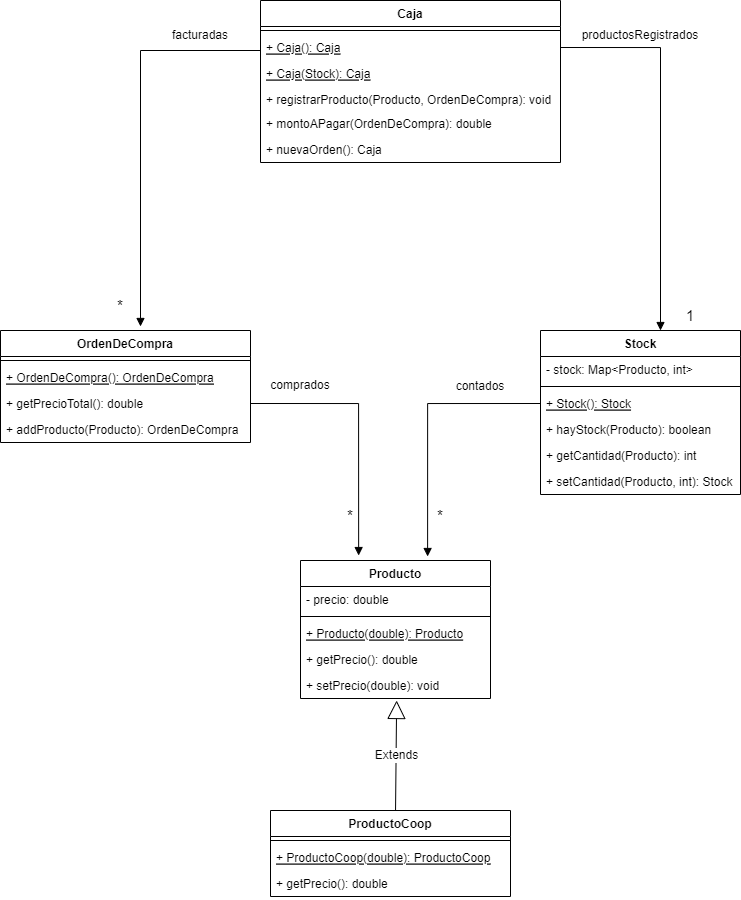
The draw.io diagram src/mercado1/UMLmercado1.png in ivanapr/unqui-po2-provvidenza-tp5, before a commit. Source tidied: cells renumbered, new cells last; positions are measured from the earlier drawing's top-left corner, leaving out a move shared by most shapes. Source of this version:
```xml
<mxGraphModel>
  <root>
    <mxCell id="0" />
    <mxCell id="1" parent="0" />
    <mxCell id="2" value="Producto&#10;" style="swimlane;fontStyle=1;align=center;verticalAlign=top;horizontal=1;startSize=26;" parent="1" vertex="1">
      <mxGeometry x="300" y="560" width="190" height="138" as="geometry" />
    </mxCell>
    <mxCell id="3" value="- precio: double" style="text;strokeColor=none;fillColor=none;align=left;verticalAlign=top;spacingLeft=4;spacingRight=4;overflow=hidden;" parent="2" vertex="1">
      <mxGeometry y="26" width="190" height="26" as="geometry" />
    </mxCell>
    <mxCell id="4" style="line;strokeWidth=1;fillColor=none;align=left;verticalAlign=middle;spacingTop=-1;spacingLeft=3;spacingRight=3;labelPosition=right;" parent="2" vertex="1">
      <mxGeometry y="52" width="190" height="8" as="geometry" />
    </mxCell>
    <mxCell id="5" value="+ Producto(double): Producto" style="text;strokeColor=none;fillColor=none;align=left;verticalAlign=top;spacingLeft=4;spacingRight=4;overflow=hidden;fontStyle=4;" parent="2" vertex="1">
      <mxGeometry y="60" width="190" height="26" as="geometry" />
    </mxCell>
    <mxCell id="6" value="+ getPrecio(): double" style="text;strokeColor=none;fillColor=none;align=left;verticalAlign=top;spacingLeft=4;spacingRight=4;overflow=hidden;" parent="2" vertex="1">
      <mxGeometry y="86" width="190" height="26" as="geometry" />
    </mxCell>
    <mxCell id="7" value="+ setPrecio(double): void" style="text;strokeColor=none;fillColor=none;align=left;verticalAlign=top;spacingLeft=4;spacingRight=4;overflow=hidden;points=[[0,0.5],[1,0.5]];portConstraint=eastwest;" parent="2" vertex="1">
      <mxGeometry y="112" width="190" height="26" as="geometry" />
    </mxCell>
    <mxCell id="8" value="ProductoCoop&#10;" style="swimlane;fontStyle=1;align=center;verticalAlign=top;horizontal=1;startSize=26;" parent="1" vertex="1">
      <mxGeometry x="270" y="810" width="240" height="86" as="geometry" />
    </mxCell>
    <mxCell id="9" style="line;strokeWidth=1;fillColor=none;align=left;verticalAlign=middle;spacingTop=-1;spacingLeft=3;spacingRight=3;labelPosition=right;" parent="8" vertex="1">
      <mxGeometry y="26" width="240" height="8" as="geometry" />
    </mxCell>
    <mxCell id="10" value="+ ProductoCoop(double): ProductoCoop" style="text;strokeColor=none;fillColor=none;align=left;verticalAlign=top;spacingLeft=4;spacingRight=4;overflow=hidden;fontStyle=4;" parent="8" vertex="1">
      <mxGeometry y="34" width="240" height="26" as="geometry" />
    </mxCell>
    <mxCell id="11" value="+ getPrecio(): double" style="text;strokeColor=none;fillColor=none;align=left;verticalAlign=top;spacingLeft=4;spacingRight=4;overflow=hidden;" parent="8" vertex="1">
      <mxGeometry y="60" width="240" height="26" as="geometry" />
    </mxCell>
    <mxCell id="12" value="Caja" style="swimlane;fontStyle=1;align=center;verticalAlign=top;horizontal=1;startSize=26;" parent="1" vertex="1">
      <mxGeometry x="260" width="300" height="162" as="geometry" />
    </mxCell>
    <mxCell id="13" style="line;strokeWidth=1;fillColor=none;align=left;verticalAlign=middle;spacingTop=-1;spacingLeft=3;spacingRight=3;labelPosition=right;" parent="12" vertex="1">
      <mxGeometry y="26" width="300" height="8" as="geometry" />
    </mxCell>
    <mxCell id="14" value="+ Caja(): Caja" style="text;strokeColor=none;fillColor=none;align=left;verticalAlign=top;spacingLeft=4;spacingRight=4;overflow=hidden;points=[[0,0.5],[1,0.5]];portConstraint=eastwest;fontStyle=4;" parent="12" vertex="1">
      <mxGeometry y="34" width="300" height="26" as="geometry" />
    </mxCell>
    <mxCell id="15" value="+ Caja(Stock): Caja" style="text;strokeColor=none;fillColor=none;align=left;verticalAlign=top;spacingLeft=4;spacingRight=4;overflow=hidden;fontSize=12;fontStyle=4;" parent="12" vertex="1">
      <mxGeometry y="60" width="300" height="26" as="geometry" />
    </mxCell>
    <mxCell id="16" value="+ registrarProducto(Producto, OrdenDeCompra): void" style="text;strokeColor=none;fillColor=none;align=left;verticalAlign=top;spacingLeft=4;spacingRight=4;overflow=hidden;fontSize=12;" parent="12" vertex="1">
      <mxGeometry y="86" width="300" height="24" as="geometry" />
    </mxCell>
    <mxCell id="17" value="+ montoAPagar(OrdenDeCompra): double" style="text;strokeColor=none;fillColor=none;align=left;verticalAlign=top;spacingLeft=4;spacingRight=4;overflow=hidden;fontSize=12;" parent="12" vertex="1">
      <mxGeometry y="110" width="300" height="26" as="geometry" />
    </mxCell>
    <mxCell id="18" value="+ nuevaOrden(): Caja" style="text;strokeColor=none;fillColor=none;align=left;verticalAlign=top;spacingLeft=4;spacingRight=4;overflow=hidden;fontSize=12;" parent="12" vertex="1">
      <mxGeometry y="136" width="300" height="26" as="geometry" />
    </mxCell>
    <mxCell id="19" value="OrdenDeCompra" style="swimlane;fontStyle=1;align=center;verticalAlign=top;horizontal=1;startSize=26;" parent="1" vertex="1">
      <mxGeometry y="330" width="250" height="112" as="geometry" />
    </mxCell>
    <mxCell id="20" style="line;strokeWidth=1;fillColor=none;align=left;verticalAlign=middle;spacingTop=-1;spacingLeft=3;spacingRight=3;labelPosition=right;" parent="19" vertex="1">
      <mxGeometry y="26" width="250" height="8" as="geometry" />
    </mxCell>
    <mxCell id="21" value="+ OrdenDeCompra(): OrdenDeCompra" style="text;strokeColor=none;fillColor=none;align=left;verticalAlign=top;spacingLeft=4;spacingRight=4;overflow=hidden;fontStyle=4;" parent="19" vertex="1">
      <mxGeometry y="34" width="250" height="26" as="geometry" />
    </mxCell>
    <mxCell id="22" value="+ getPrecioTotal(): double" style="text;strokeColor=none;fillColor=none;align=left;verticalAlign=top;spacingLeft=4;spacingRight=4;overflow=hidden;points=[[0,0.5],[1,0.5]];portConstraint=eastwest;" parent="19" vertex="1">
      <mxGeometry y="60" width="250" height="26" as="geometry" />
    </mxCell>
    <mxCell id="23" value="+ addProducto(Producto): OrdenDeCompra" style="text;strokeColor=none;fillColor=none;align=left;verticalAlign=top;spacingLeft=4;spacingRight=4;overflow=hidden;" parent="19" vertex="1">
      <mxGeometry y="86" width="250" height="26" as="geometry" />
    </mxCell>
    <mxCell id="24" value="comprados" style="text;html=1;strokeColor=none;fillColor=none;align=center;verticalAlign=middle;whiteSpace=wrap;rounded=0;" parent="1" vertex="1">
      <mxGeometry x="270" y="370" width="60" height="30" as="geometry" />
    </mxCell>
    <mxCell id="25" value="&lt;font style=&quot;font-size: 15px&quot;&gt;*&lt;/font&gt;" style="text;html=1;strokeColor=none;fillColor=none;align=center;verticalAlign=middle;whiteSpace=wrap;rounded=0;" parent="1" vertex="1">
      <mxGeometry x="320" y="500" width="60" height="30" as="geometry" />
    </mxCell>
    <mxCell id="26" value="Stock" style="swimlane;fontStyle=1;align=center;verticalAlign=top;horizontal=1;startSize=26;fontSize=12;" parent="1" vertex="1">
      <mxGeometry x="540" y="330" width="200" height="164" as="geometry" />
    </mxCell>
    <mxCell id="27" value="- stock: Map&lt;Producto, int&gt;" style="text;strokeColor=none;fillColor=none;align=left;verticalAlign=top;spacingLeft=4;spacingRight=4;overflow=hidden;fontSize=12;" parent="26" vertex="1">
      <mxGeometry y="26" width="200" height="26" as="geometry" />
    </mxCell>
    <mxCell id="28" style="line;strokeWidth=1;fillColor=none;align=left;verticalAlign=middle;spacingTop=-1;spacingLeft=3;spacingRight=3;labelPosition=right;fontSize=15;" parent="26" vertex="1">
      <mxGeometry y="52" width="200" height="8" as="geometry" />
    </mxCell>
    <mxCell id="29" value="+ Stock(): Stock" style="text;strokeColor=none;fillColor=none;align=left;verticalAlign=top;spacingLeft=4;spacingRight=4;overflow=hidden;points=[[0,0.5],[1,0.5]];portConstraint=eastwest;fontSize=12;fontStyle=4;" parent="26" vertex="1">
      <mxGeometry y="60" width="200" height="26" as="geometry" />
    </mxCell>
    <mxCell id="30" value="+ hayStock(Producto): boolean" style="text;strokeColor=none;fillColor=none;align=left;verticalAlign=top;spacingLeft=4;spacingRight=4;overflow=hidden;" parent="26" vertex="1">
      <mxGeometry y="86" width="200" height="26" as="geometry" />
    </mxCell>
    <mxCell id="31" value="+ getCantidad(Producto): int" style="text;strokeColor=none;fillColor=none;align=left;verticalAlign=top;spacingLeft=4;spacingRight=4;overflow=hidden;fontSize=12;" parent="26" vertex="1">
      <mxGeometry y="112" width="200" height="26" as="geometry" />
    </mxCell>
    <mxCell id="32" value="+ setCantidad(Producto, int): Stock" style="text;strokeColor=none;fillColor=none;align=left;verticalAlign=top;spacingLeft=4;spacingRight=4;overflow=hidden;fontSize=12;" parent="26" vertex="1">
      <mxGeometry y="138" width="200" height="26" as="geometry" />
    </mxCell>
    <mxCell id="33" value="Extends" style="endArrow=block;endSize=16;endFill=0;html=1;rounded=0;fontSize=12;entryX=0.506;entryY=1.077;entryDx=0;entryDy=0;entryPerimeter=0;exitX=0.521;exitY=0;exitDx=0;exitDy=0;exitPerimeter=0;" parent="1" edge="1" source="8" target="7">
      <mxGeometry relative="1" as="geometry" />
    </mxCell>
    <mxCell id="34" style="endArrow=block;endFill=1;html=1;edgeStyle=orthogonalEdgeStyle;align=left;verticalAlign=top;rounded=0;fontSize=12;entryX=0.669;entryY=-0.029;entryDx=0;entryDy=0;entryPerimeter=0;exitX=0;exitY=0.5;exitDx=0;exitDy=0;" parent="1" edge="1" source="29" target="2">
      <mxGeometry x="-1" relative="1" as="geometry" />
    </mxCell>
    <mxCell id="35" value="contados" style="text;html=1;strokeColor=none;fillColor=none;align=center;verticalAlign=middle;whiteSpace=wrap;rounded=0;fontSize=12;" parent="1" vertex="1">
      <mxGeometry x="450" y="371" width="60" height="30" as="geometry" />
    </mxCell>
    <mxCell id="36" style="endArrow=block;endFill=1;html=1;edgeStyle=orthogonalEdgeStyle;align=left;verticalAlign=top;rounded=0;fontSize=12;entryX=0.306;entryY=-0.036;entryDx=0;entryDy=0;entryPerimeter=0;exitX=1;exitY=0.5;exitDx=0;exitDy=0;" parent="1" edge="1" source="22" target="2">
      <mxGeometry x="-1" relative="1" as="geometry" />
    </mxCell>
    <mxCell id="37" value="&lt;font style=&quot;font-size: 15px&quot;&gt;*&lt;/font&gt;" style="text;html=1;strokeColor=none;fillColor=none;align=center;verticalAlign=middle;whiteSpace=wrap;rounded=0;" parent="1" vertex="1">
      <mxGeometry x="410" y="500" width="60" height="30" as="geometry" />
    </mxCell>
    <mxCell id="38" style="endArrow=block;endFill=1;html=1;edgeStyle=orthogonalEdgeStyle;align=left;verticalAlign=top;rounded=0;fontSize=12;entryX=0.56;entryY=-0.036;entryDx=0;entryDy=0;entryPerimeter=0;exitX=0;exitY=0.5;exitDx=0;exitDy=0;" parent="1" edge="1" source="14" target="19">
      <mxGeometry x="-1" relative="1" as="geometry">
        <Array as="points">
          <mxPoint x="260" y="50" />
          <mxPoint x="140" y="50" />
        </Array>
      </mxGeometry>
    </mxCell>
    <mxCell id="39" value="&lt;font style=&quot;font-size: 15px&quot;&gt;*&lt;/font&gt;" style="text;html=1;strokeColor=none;fillColor=none;align=center;verticalAlign=middle;whiteSpace=wrap;rounded=0;" parent="1" vertex="1">
      <mxGeometry x="90" y="290" width="60" height="30" as="geometry" />
    </mxCell>
    <mxCell id="40" value="facturadas" style="text;html=1;strokeColor=none;fillColor=none;align=center;verticalAlign=middle;whiteSpace=wrap;rounded=0;fontSize=12;" parent="1" vertex="1">
      <mxGeometry x="170" y="20" width="60" height="30" as="geometry" />
    </mxCell>
    <mxCell id="41" style="endArrow=block;endFill=1;html=1;edgeStyle=orthogonalEdgeStyle;align=left;verticalAlign=top;rounded=0;fontSize=12;entryX=0.6;entryY=0;entryDx=0;entryDy=0;entryPerimeter=0;exitX=1;exitY=0.5;exitDx=0;exitDy=0;" parent="1" edge="1" source="14" target="26">
      <mxGeometry x="-1" relative="1" as="geometry" />
    </mxCell>
    <mxCell id="42" value="productosRegistrados" style="text;html=1;strokeColor=none;fillColor=none;align=center;verticalAlign=middle;whiteSpace=wrap;rounded=0;fontSize=12;" parent="1" vertex="1">
      <mxGeometry x="610" y="20" width="60" height="30" as="geometry" />
    </mxCell>
    <mxCell id="43" value="&lt;font style=&quot;font-size: 15px&quot;&gt;1&lt;/font&gt;" style="text;html=1;strokeColor=none;fillColor=none;align=center;verticalAlign=middle;whiteSpace=wrap;rounded=0;" parent="1" vertex="1">
      <mxGeometry x="660" y="300" width="60" height="30" as="geometry" />
    </mxCell>
  </root>
</mxGraphModel>
```
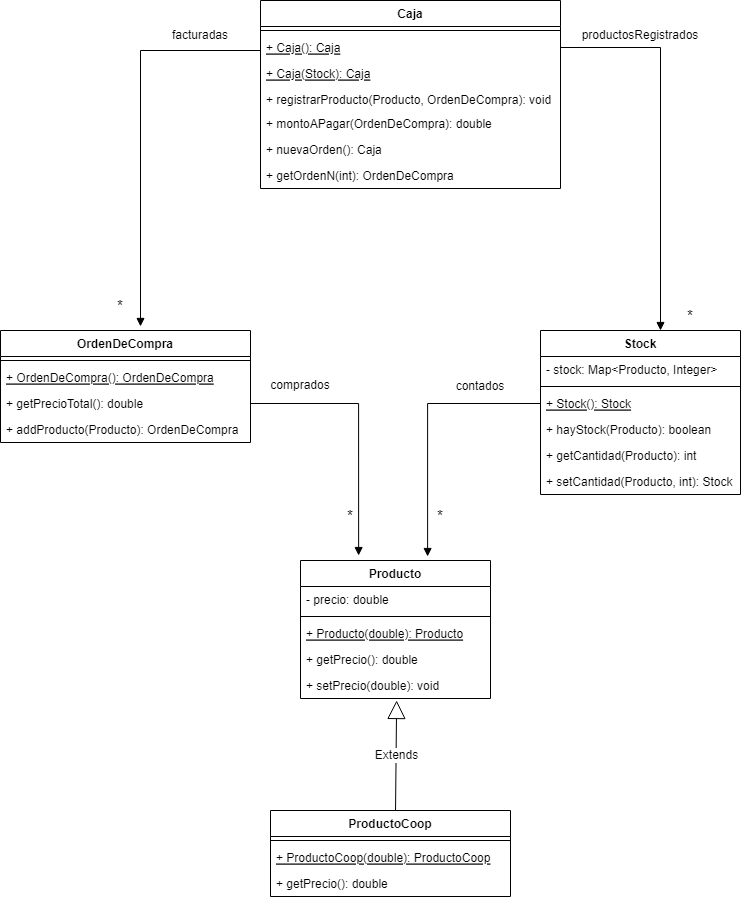
The same file after the commit.

Commit message:
Update UML ejercicio mercado 1

The edit, as a diff of the source:
```diff
@@ -33,7 +33,7 @@
       <mxGeometry y="60" width="240" height="26" as="geometry" />
     </mxCell>
     <mxCell id="12" value="Caja" style="swimlane;fontStyle=1;align=center;verticalAlign=top;horizontal=1;startSize=26;" parent="1" vertex="1">
-      <mxGeometry x="260" width="300" height="162" as="geometry" />
+      <mxGeometry x="260" width="300" height="188" as="geometry" />
     </mxCell>
     <mxCell id="13" style="line;strokeWidth=1;fillColor=none;align=left;verticalAlign=middle;spacingTop=-1;spacingLeft=3;spacingRight=3;labelPosition=right;" parent="12" vertex="1">
       <mxGeometry y="26" width="300" height="8" as="geometry" />
@@ -53,6 +53,9 @@
     <mxCell id="18" value="+ nuevaOrden(): Caja" style="text;strokeColor=none;fillColor=none;align=left;verticalAlign=top;spacingLeft=4;spacingRight=4;overflow=hidden;fontSize=12;" parent="12" vertex="1">
       <mxGeometry y="136" width="300" height="26" as="geometry" />
     </mxCell>
+    <mxCell id="44" value="+ getOrdenN(int): OrdenDeCompra" style="text;strokeColor=none;fillColor=none;align=left;verticalAlign=top;spacingLeft=4;spacingRight=4;overflow=hidden;" parent="12" vertex="1">
+      <mxGeometry y="162" width="300" height="26" as="geometry" />
+    </mxCell>
     <mxCell id="19" value="OrdenDeCompra" style="swimlane;fontStyle=1;align=center;verticalAlign=top;horizontal=1;startSize=26;" parent="1" vertex="1">
       <mxGeometry y="330" width="250" height="112" as="geometry" />
     </mxCell>
@@ -77,7 +80,7 @@
     <mxCell id="26" value="Stock" style="swimlane;fontStyle=1;align=center;verticalAlign=top;horizontal=1;startSize=26;fontSize=12;" parent="1" vertex="1">
       <mxGeometry x="540" y="330" width="200" height="164" as="geometry" />
     </mxCell>
-    <mxCell id="27" value="- stock: Map&lt;Producto, int&gt;" style="text;strokeColor=none;fillColor=none;align=left;verticalAlign=top;spacingLeft=4;spacingRight=4;overflow=hidden;fontSize=12;" parent="26" vertex="1">
+    <mxCell id="27" value="- stock: Map&lt;Producto, Integer&gt;" style="text;strokeColor=none;fillColor=none;align=left;verticalAlign=top;spacingLeft=4;spacingRight=4;overflow=hidden;fontSize=12;" parent="26" vertex="1">
       <mxGeometry y="26" width="200" height="26" as="geometry" />
     </mxCell>
     <mxCell id="28" style="line;strokeWidth=1;fillColor=none;align=left;verticalAlign=middle;spacingTop=-1;spacingLeft=3;spacingRight=3;labelPosition=right;fontSize=15;" parent="26" vertex="1">
@@ -130,7 +133,7 @@
     <mxCell id="42" value="productosRegistrados" style="text;html=1;strokeColor=none;fillColor=none;align=center;verticalAlign=middle;whiteSpace=wrap;rounded=0;fontSize=12;" parent="1" vertex="1">
       <mxGeometry x="610" y="20" width="60" height="30" as="geometry" />
     </mxCell>
-    <mxCell id="43" value="&lt;font style=&quot;font-size: 15px&quot;&gt;1&lt;/font&gt;" style="text;html=1;strokeColor=none;fillColor=none;align=center;verticalAlign=middle;whiteSpace=wrap;rounded=0;" parent="1" vertex="1">
+    <mxCell id="43" value="&lt;font style=&quot;font-size: 15px&quot;&gt;*&lt;/font&gt;" style="text;html=1;strokeColor=none;fillColor=none;align=center;verticalAlign=middle;whiteSpace=wrap;rounded=0;" parent="1" vertex="1">
       <mxGeometry x="660" y="300" width="60" height="30" as="geometry" />
     </mxCell>
   </root>
```
